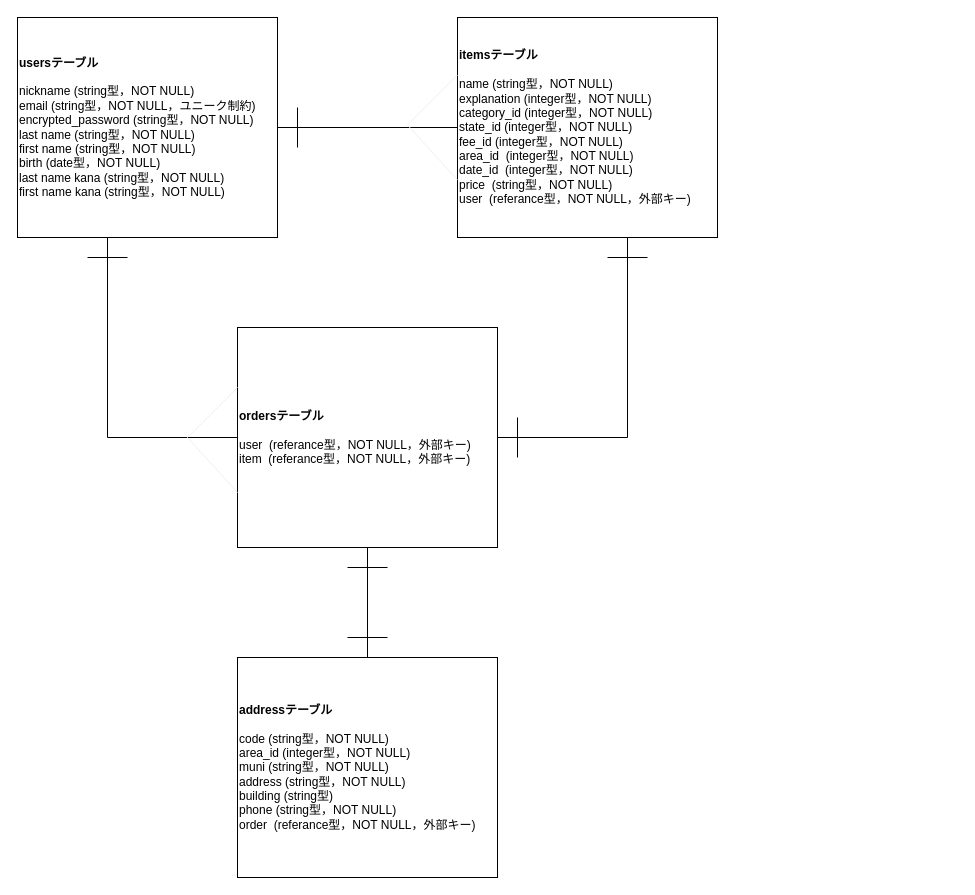
The draw.io diagram test.dio in okawa-u/furima-36766, before the edit. Source tidied: cells renumbered, new cells numbered last; positions are measured from the earlier drawing's top-left corner, leaving out a move shared by most shapes. Both pictures are drawn from the tidied source at 100%, with x=0, y=0 at pixel (17, 17).
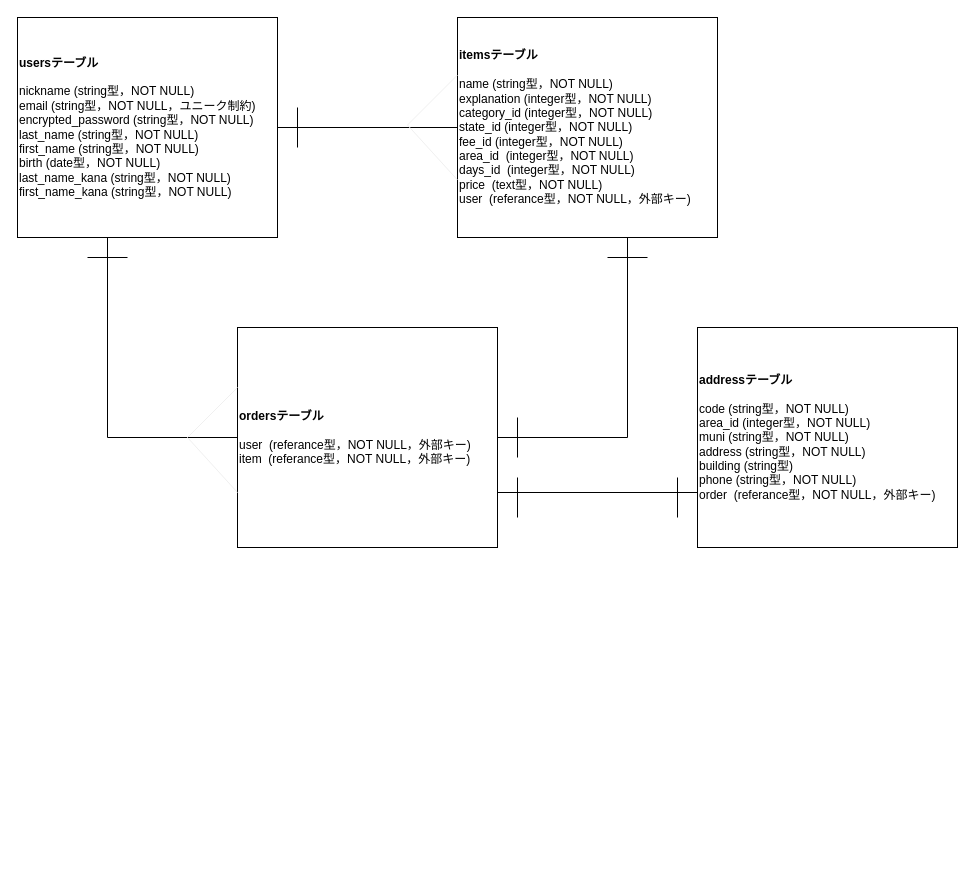
The same page after the edit.

The change refers to these unchanged cells:
```xml
<mxCell id="8" value="&lt;b&gt;ordersテーブル&lt;br&gt;&lt;/b&gt;&lt;br&gt;user&amp;nbsp;&amp;nbsp;(referance型，NOT NULL，外部キー)&lt;br&gt;item&amp;nbsp; (referance型，NOT NULL，外部キー)" style="rounded=0;whiteSpace=wrap;html=1;strokeWidth=1;align=left;" parent="1" vertex="1">
  <mxGeometry x="220" y="310" width="260" height="220" as="geometry" />
</mxCell>
```

Diff of the diagram source:
```diff
@@
-    <mxCell id="4" value="&lt;b&gt;usersテーブル&lt;br&gt;&lt;/b&gt;&lt;br&gt;nickname (string型，NOT NULL)&lt;br&gt;email (string型，NOT NULL，ユニーク制約)&lt;br&gt;encrypted_password (string型，NOT NULL)&lt;br&gt;last name (string型，NOT NULL)&lt;br&gt;first name (string型，NOT NULL)&lt;br&gt;birth (date型，NOT NULL)&lt;br&gt;last name kana (string型，NOT NULL)&lt;br&gt;first name kana (string型，NOT NULL)" style="rounded=0;whiteSpace=wrap;html=1;strokeWidth=1;align=left;" parent="1" vertex="1">
+    <mxCell id="4" value="&lt;b&gt;usersテーブル&lt;br&gt;&lt;/b&gt;&lt;br&gt;nickname (string型，NOT NULL)&lt;br&gt;email (string型，NOT NULL，ユニーク制約)&lt;br&gt;encrypted_password (string型，NOT NULL)&lt;br&gt;last_name (string型，NOT NULL)&lt;br&gt;first_name (string型，NOT NULL)&lt;br&gt;birth (date型，NOT NULL)&lt;br&gt;last_name_kana (string型，NOT NULL)&lt;br&gt;first_name_kana (string型，NOT NULL)" style="rounded=0;whiteSpace=wrap;html=1;strokeWidth=1;align=left;" parent="1" vertex="1">
       <mxGeometry width="260" height="220" as="geometry" />
     </mxCell>
@@
-    <mxCell id="6" value="&lt;b&gt;itemsテーブル&lt;br&gt;&lt;/b&gt;&lt;br&gt;name (string型，NOT NULL)&lt;br&gt;explanation (integer型，NOT NULL)&lt;br&gt;category_id (integer型，NOT NULL)&lt;br&gt;state_id (integer型，NOT NULL)&lt;br&gt;fee_id (integer型，NOT NULL)&lt;br&gt;area_id&amp;nbsp; (integer型，NOT NULL)&lt;br&gt;date_id&amp;nbsp; (integer型，NOT NULL)&lt;br&gt;price&amp;nbsp;&amp;nbsp;(string型，NOT NULL)&lt;br&gt;user&amp;nbsp;&amp;nbsp;(referance型，NOT NULL，外部キー)" style="rounded=0;whiteSpace=wrap;html=1;strokeWidth=1;align=left;" parent="1" vertex="1">
+    <mxCell id="6" value="&lt;b&gt;itemsテーブル&lt;br&gt;&lt;/b&gt;&lt;br&gt;name (string型，NOT NULL)&lt;br&gt;explanation (integer型，NOT NULL)&lt;br&gt;category_id (integer型，NOT NULL)&lt;br&gt;state_id (integer型，NOT NULL)&lt;br&gt;fee_id (integer型，NOT NULL)&lt;br&gt;area_id&amp;nbsp; (integer型，NOT NULL)&lt;br&gt;days_id&amp;nbsp; (integer型，NOT NULL)&lt;br&gt;price&amp;nbsp;&amp;nbsp;(text型，NOT NULL)&lt;br&gt;user&amp;nbsp;&amp;nbsp;(referance型，NOT NULL，外部キー)" style="rounded=0;whiteSpace=wrap;html=1;strokeWidth=1;align=left;" parent="1" vertex="1">
       <mxGeometry x="440" width="260" height="220" as="geometry" />
     </mxCell>
-    <mxCell id="7" style="edgeStyle=orthogonalEdgeStyle;rounded=0;jettySize=auto;html=1;exitX=0.5;exitY=1;exitDx=0;exitDy=0;entryX=0.5;entryY=0;entryDx=0;entryDy=0;endArrow=none;endFill=0;" parent="1" edge="1" source="8" target="9">
-      <mxGeometry relative="1" as="geometry" />
-    </mxCell>
@@
     <mxCell id="9" value="&lt;b&gt;addressテーブル&lt;br&gt;&lt;/b&gt;&lt;br&gt;code (string型，NOT NULL)&lt;br&gt;area_id (integer型，NOT NULL)&lt;br&gt;muni (string型，NOT NULL)&lt;br&gt;address (string型，NOT NULL)&lt;br&gt;building (string型)&lt;br&gt;phone (string型，NOT NULL)&lt;br&gt;order&amp;nbsp; (referance型，NOT NULL，外部キー)" style="rounded=0;whiteSpace=wrap;html=1;strokeWidth=1;align=left;" parent="1" vertex="1">
-      <mxGeometry x="220" y="640" width="260" height="220" as="geometry" />
+      <mxGeometry x="680" y="310" width="260" height="220" as="geometry" />
     </mxCell>
@@
     <mxCell id="18" style="endArrow=none;html=1;" parent="1" edge="1">
       <mxGeometry relative="1" as="geometry">
-        <mxPoint x="330" y="550" as="sourcePoint" />
-        <mxPoint x="370" y="550" as="targetPoint" />
+        <mxPoint x="500" y="460" as="sourcePoint" />
+        <mxPoint x="500" y="500" as="targetPoint" />
       </mxGeometry>
     </mxCell>
     <mxCell id="19" style="endArrow=none;html=1;" parent="1" edge="1">
       <mxGeometry relative="1" as="geometry">
-        <mxPoint x="330" y="620" as="sourcePoint" />
-        <mxPoint x="370" y="620" as="targetPoint" />
+        <mxPoint x="660" y="460" as="sourcePoint" />
+        <mxPoint x="660" y="500" as="targetPoint" />
       </mxGeometry>
     </mxCell>
+    <mxCell id="7" style="edgeStyle=orthogonalEdgeStyle;rounded=0;jettySize=auto;html=1;endArrow=none;endFill=0;entryX=0;entryY=0.75;entryDx=0;entryDy=0;exitX=1;exitY=0.75;exitDx=0;exitDy=0;" parent="1" edge="1" source="8" target="9">
+      <mxGeometry relative="1" as="geometry" />
+    </mxCell>
```
